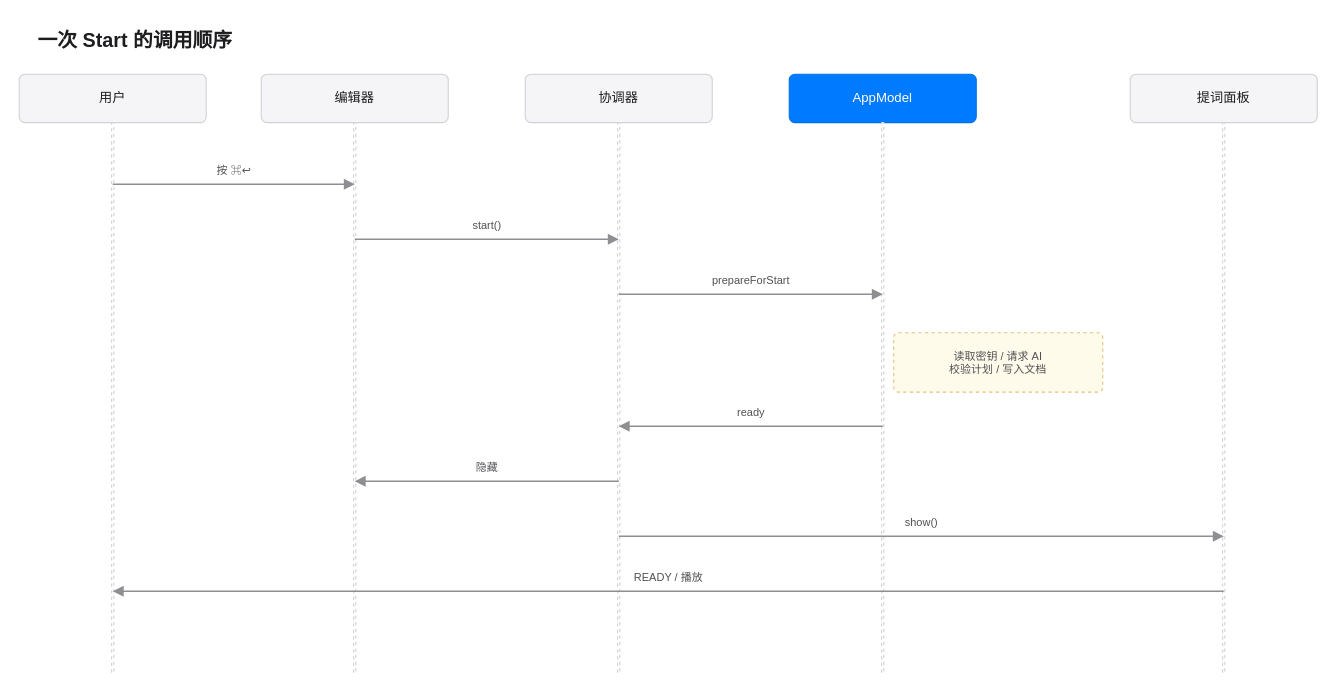
The draw.io diagram docs/assets/start-sequence.drawio in bonerush/Nook, before the edit. Source tidied: cells renumbered, new cells numbered last; positions are measured from the earlier drawing's top-left corner, leaving out a move shared by most shapes. Both pictures are drawn from the tidied source at 110%, with x=0, y=0 at pixel (19, 19).
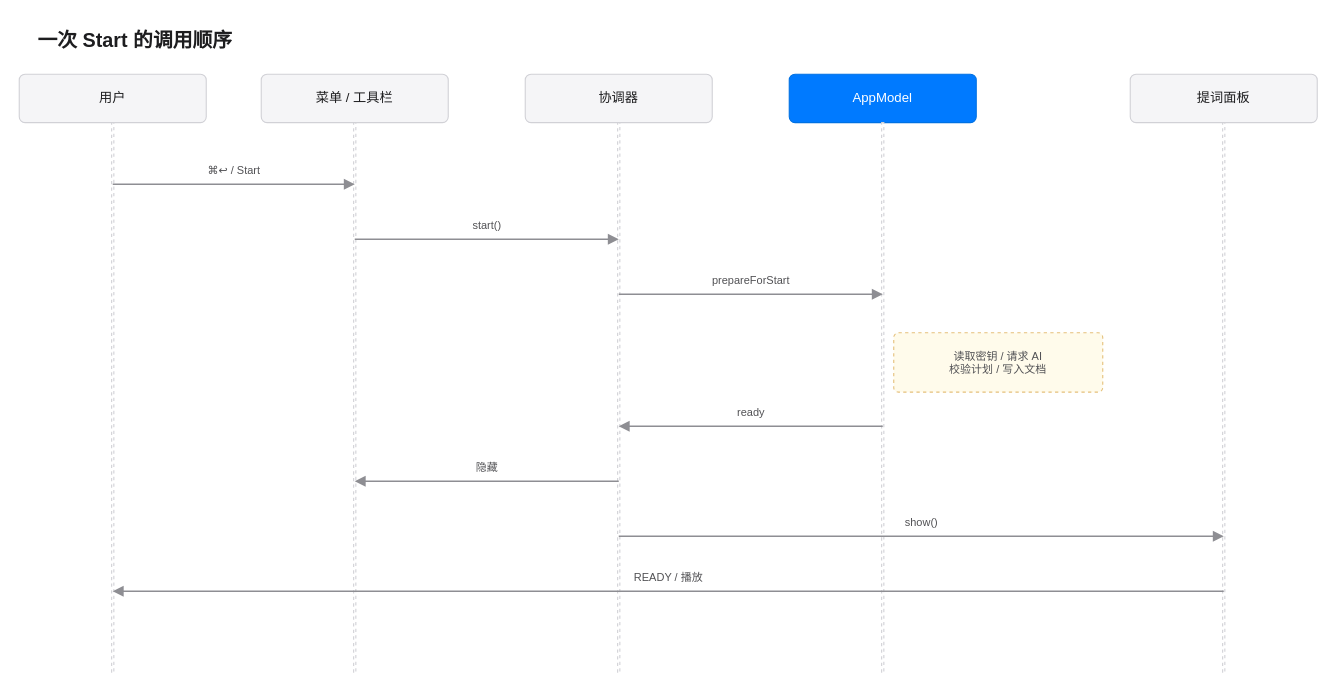
The same diagram, later.

The edit, as a diff of the source:
```diff
@@
-    <mxCell id="5" value="编辑器" style="rounded=1;whiteSpace=wrap;html=1;arcSize=12;fillColor=#F5F5F7;strokeColor=#D1D1D6;fontColor=#1D1D1F;fontSize=12;" parent="1" vertex="1">
+    <mxCell id="5" value="菜单 / 工具栏" style="rounded=1;whiteSpace=wrap;html=1;arcSize=12;fillColor=#F5F5F7;strokeColor=#D1D1D6;fontColor=#1D1D1F;fontSize=12;" parent="1" vertex="1">
       <mxGeometry x="220" y="50" width="170" height="44" as="geometry" />
     </mxCell>
@@
-    <mxCell id="14" value="按 ⌘↩" style="text;html=1;align=center;verticalAlign=middle;fontSize=10;fontColor=#515154;" parent="1" vertex="1">
+    <mxCell id="14" value="⌘↩ / Start" style="text;html=1;align=center;verticalAlign=middle;fontSize=10;fontColor=#515154;" parent="1" vertex="1">
       <mxGeometry x="115" y="128" width="160" height="18" as="geometry" />
     </mxCell>
```
